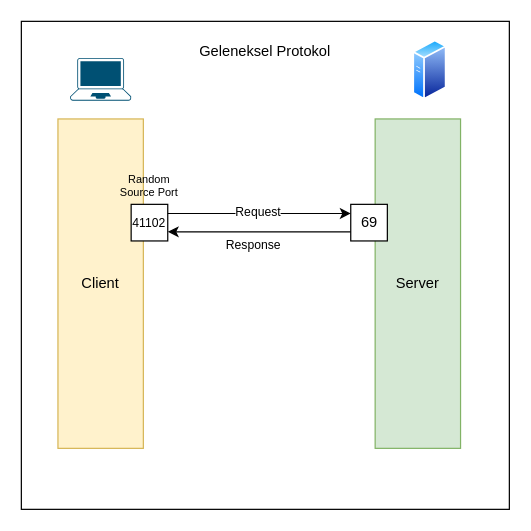
Above: page "Traditional Protocol" (2 of 2) of diagrams/tftp.drawio in caltuntas/caltuntas.github.io (draw.io), before the change. Source tidied: cells renumbered, new cells numbered last; positions are measured from the earlier drawing's top-left corner, leaving out a move shared by most shapes. Both pictures are drawn from the tidied source at 122%, with x=0, y=0 at pixel (21, 21).
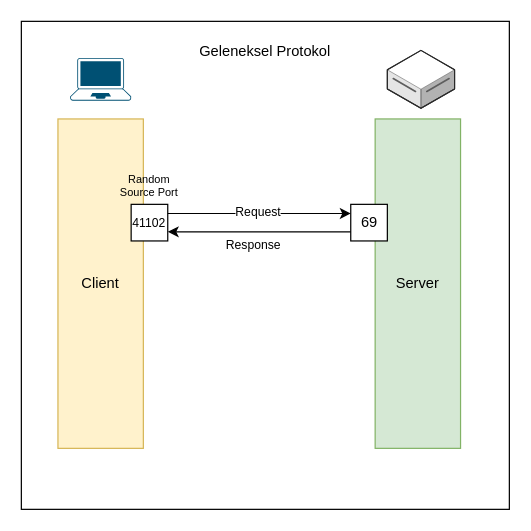
Above is the later version.

Change to the diagram source:
```diff
@@
 <mxGraphModel>
   <root>
     <mxCell id="0" />
     <mxCell id="1" parent="0" />
     <mxCell id="2" style="whiteSpace=wrap;html=1;fontSize=12;" parent="1" vertex="1">
       <mxGeometry width="400" height="400" as="geometry" />
     </mxCell>
     <mxCell id="3" value="Client" style="rounded=0;whiteSpace=wrap;html=1;fillColor=#fff2cc;strokeColor=#d6b656;" parent="1" vertex="1">
       <mxGeometry x="30" y="80" width="70" height="270" as="geometry" />
     </mxCell>
     <mxCell id="4" value="Server" style="rounded=0;whiteSpace=wrap;html=1;fillColor=#d5e8d4;strokeColor=#82b366;" parent="1" vertex="1">
       <mxGeometry x="290" y="80" width="70" height="270" as="geometry" />
     </mxCell>
     <mxCell id="5" value="Random Source Port" style="text;html=1;strokeColor=none;fillColor=none;align=center;verticalAlign=middle;whiteSpace=wrap;rounded=0;fontSize=9;" parent="1" vertex="1">
       <mxGeometry x="75" y="120" width="60" height="30" as="geometry" />
     </mxCell>
     <mxCell id="6" value="41102" style="whiteSpace=wrap;html=1;fontSize=10;" parent="1" vertex="1">
       <mxGeometry x="90" y="150" width="30" height="30" as="geometry" />
     </mxCell>
     <mxCell id="7" value="69" style="html=1;rounded=0;" parent="1" vertex="1">
       <mxGeometry x="270" y="150" width="30" height="30" as="geometry" />
     </mxCell>
     <mxCell id="8" style="endArrow=classic;html=1;rounded=0;fontSize=9;exitX=1;exitY=0.25;exitDx=0;exitDy=0;entryX=0;entryY=0.25;entryDx=0;entryDy=0;" parent="1" edge="1" source="6" target="7">
       <mxGeometry relative="1" as="geometry" />
     </mxCell>
     <mxCell id="9" value="Request" style="edgeLabel;html=1;align=center;verticalAlign=middle;fontSize=10;" parent="8" vertex="1">
       <mxGeometry x="-0.03" y="2" relative="1" as="geometry" />
     </mxCell>
     <mxCell id="10" style="endArrow=classic;html=1;rounded=0;fontSize=10;exitX=0;exitY=0.75;exitDx=0;exitDy=0;entryX=1;entryY=0.75;entryDx=0;entryDy=0;" parent="1" edge="1" source="7" target="6">
       <mxGeometry relative="1" as="geometry" />
     </mxCell>
     <mxCell id="11" value="Response" style="edgeLabel;html=1;align=center;verticalAlign=middle;fontSize=10;" parent="10" vertex="1">
       <mxGeometry x="-0.22" y="-1" relative="1" as="geometry">
         <mxPoint x="-22" y="11" as="offset" />
       </mxGeometry>
     </mxCell>
     <mxCell id="12" style="verticalLabelPosition=bottom;sketch=0;html=1;verticalAlign=top;align=center;shape=mxgraph.cisco19.laptop;fillColor=#005073;strokeColor=none;fontSize=12;" parent="1" vertex="1">
       <mxGeometry x="40" y="30" width="50" height="35" as="geometry" />
     </mxCell>
-    <mxCell id="13" style="perimeter=ellipsePerimeter;html=1;align=center;shadow=0;dashed=0;spacingTop=3;image;image=img/lib/active_directory/generic_server.svg;fontSize=12;" parent="1" vertex="1">
-      <mxGeometry x="321" y="15" width="28" height="50" as="geometry" />
-    </mxCell>
     <mxCell id="14" value="Geleneksel Protokol" style="text;html=1;strokeColor=none;fillColor=none;align=center;verticalAlign=middle;whiteSpace=wrap;rounded=0;fontSize=12;" parent="1" vertex="1">
       <mxGeometry x="140" y="10" width="120" height="30" as="geometry" />
     </mxCell>
+    <mxCell id="15" style="verticalLabelPosition=bottom;html=1;verticalAlign=top;strokeWidth=1;align=center;dashed=0;shape=mxgraph.aws3d.dataServer;strokeColor=#5E5E5E;fontSize=12;" parent="1" vertex="1">
+      <mxGeometry x="300" y="23.8" width="55.1" height="47.5" as="geometry" />
+    </mxCell>
   </root>
 </mxGraphModel>
```
